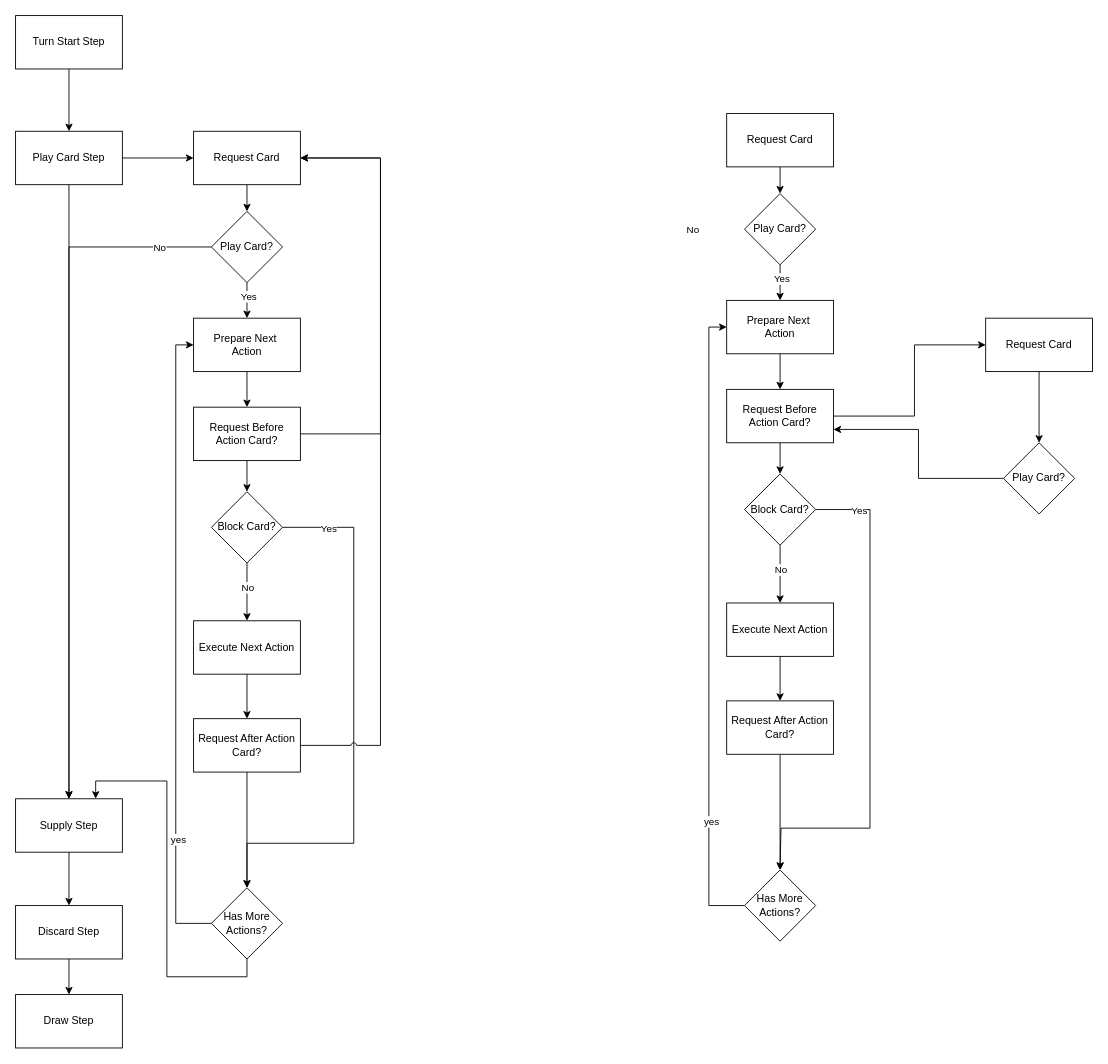
This is gameflow.drawio from Huggles/QG_Godot, a draw.io file, before an edit. Source tidied: cells renumbered, new cells numbered last; positions are measured from the earlier drawing's top-left corner, leaving out a move shared by most shapes. Both pictures are drawn from the tidied source at 89%, with x=0, y=0 at pixel (15, 15).
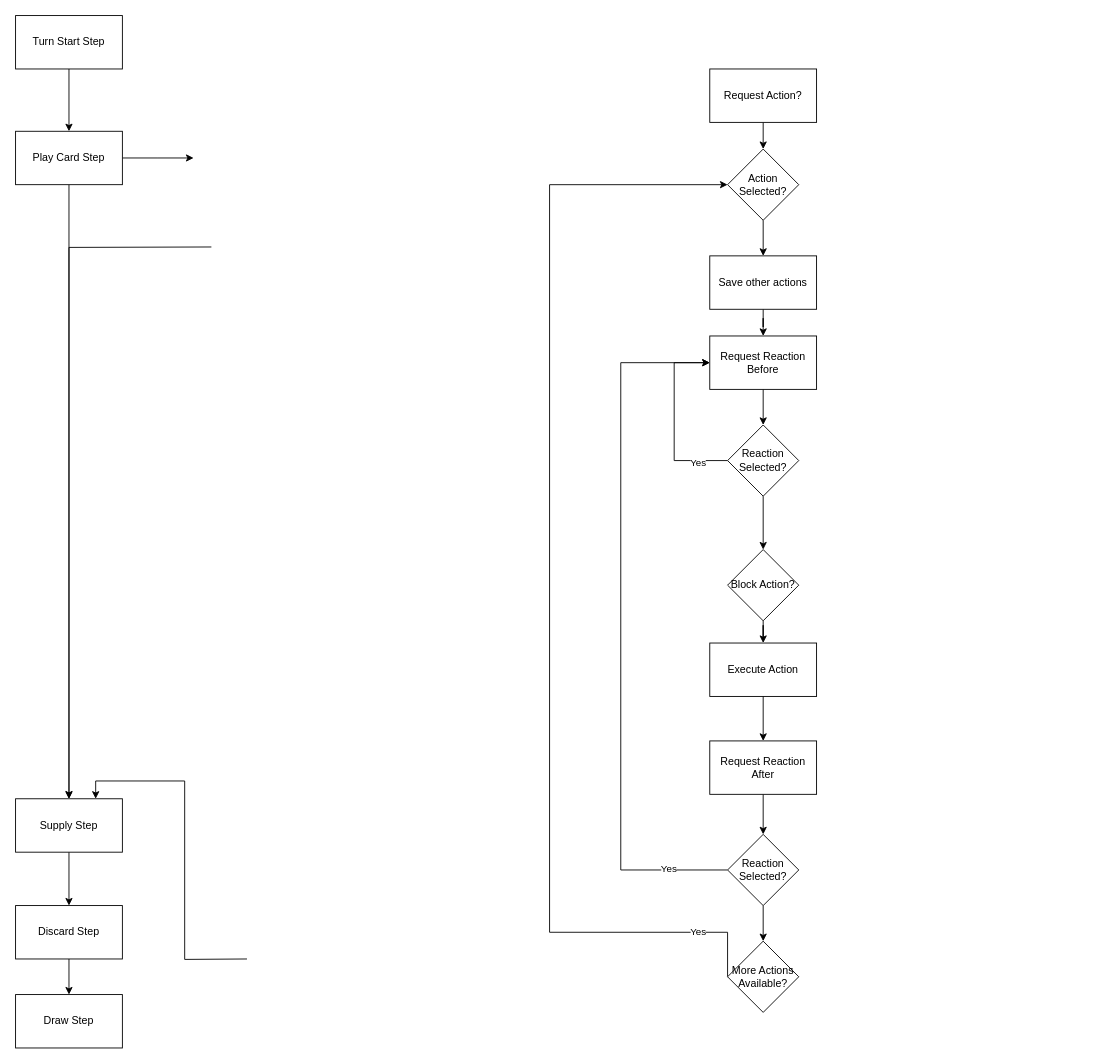
After the change.

Unchanged cells that the change refers to:
```xml
<mxCell id="6" value="Play Card Step" style="rounded=0;whiteSpace=wrap;html=1;" parent="1" vertex="1">
  <mxGeometry y="130" width="120" height="60" as="geometry" />
</mxCell>
<mxCell id="31" value="Supply Step" style="rounded=0;whiteSpace=wrap;html=1;" parent="1" vertex="1">
  <mxGeometry y="880" width="120" height="60" as="geometry" />
</mxCell>
```

The edit, as a diff of the source:
```diff
@@
-    <mxCell id="4" style="edgeStyle=orthogonalEdgeStyle;rounded=0;jettySize=auto;html=1;exitX=1;exitY=0.5;exitDx=0;exitDy=0;" parent="1" edge="1" source="6" target="8">
-      <mxGeometry relative="1" as="geometry" />
+    <mxCell id="4" style="edgeStyle=orthogonalEdgeStyle;rounded=0;jettySize=auto;html=1;exitX=1;exitY=0.5;exitDx=0;exitDy=0;" parent="1" edge="1" source="6">
+      <mxGeometry relative="1" as="geometry">
+        <mxPoint x="200" y="160" as="targetPoint" />
+      </mxGeometry>
     </mxCell>
@@
-    <mxCell id="7" style="edgeStyle=orthogonalEdgeStyle;rounded=0;jettySize=auto;html=1;exitX=0.5;exitY=1;exitDx=0;exitDy=0;entryX=0.5;entryY=0;entryDx=0;entryDy=0;" parent="1" edge="1" source="8" target="27">
-      <mxGeometry relative="1" as="geometry" />
-    </mxCell>
-    <mxCell id="8" value="Request Card" style="rounded=0;whiteSpace=wrap;html=1;" parent="1" vertex="1">
-      <mxGeometry x="200" y="130" width="120" height="60" as="geometry" />
-    </mxCell>
-    <mxCell id="9" style="edgeStyle=orthogonalEdgeStyle;rounded=0;jettySize=auto;html=1;exitX=0.5;exitY=1;exitDx=0;exitDy=0;" parent="1" edge="1" source="10" target="16">
-      <mxGeometry relative="1" as="geometry" />
-    </mxCell>
-    <mxCell id="10" value="Prepare Next&amp;nbsp;&lt;div&gt;Action&lt;/div&gt;" style="rounded=0;whiteSpace=wrap;html=1;" parent="1" vertex="1">
-      <mxGeometry x="200" y="340" width="120" height="60" as="geometry" />
-    </mxCell>
-    <mxCell id="11" style="edgeStyle=orthogonalEdgeStyle;rounded=0;jettySize=auto;html=1;exitX=0;exitY=0.5;exitDx=0;exitDy=0;entryX=0;entryY=0.5;entryDx=0;entryDy=0;" parent="1" edge="1" source="14" target="10">
-      <mxGeometry relative="1" as="geometry" />
-    </mxCell>
-    <mxCell id="12" value="yes" style="edgeLabel;html=1;align=center;verticalAlign=middle;" parent="11" vertex="1">
-      <mxGeometry x="-0.62" y="-2" relative="1" as="geometry" />
-    </mxCell>
-    <mxCell id="13" style="edgeStyle=orthogonalEdgeStyle;rounded=0;jettySize=auto;html=1;exitX=0.5;exitY=1;exitDx=0;exitDy=0;entryX=0.75;entryY=0;entryDx=0;entryDy=0;" parent="1" edge="1" source="14" target="31">
-      <mxGeometry relative="1" as="geometry" />
+    <mxCell id="13" style="edgeStyle=orthogonalEdgeStyle;rounded=0;jettySize=auto;html=1;exitX=0.5;exitY=1;exitDx=0;exitDy=0;entryX=0.75;entryY=0;entryDx=0;entryDy=0;" parent="1" edge="1" target="31">
+      <mxGeometry relative="1" as="geometry">
+        <mxPoint x="260" y="1060" as="sourcePoint" />
+      </mxGeometry>
     </mxCell>
-    <mxCell id="14" value="Has More Actions?" style="rhombus;whiteSpace=wrap;html=1;" parent="1" vertex="1">
-      <mxGeometry x="220" y="980" width="80" height="80" as="geometry" />
-    </mxCell>
-    <mxCell id="15" style="edgeStyle=orthogonalEdgeStyle;rounded=0;jettySize=auto;html=1;exitX=0.5;exitY=1;exitDx=0;exitDy=0;entryX=0.5;entryY=0;entryDx=0;entryDy=0;" parent="1" edge="1" source="16" target="22">
-      <mxGeometry relative="1" as="geometry" />
-    </mxCell>
-    <mxCell id="16" value="Request Before Action Card?" style="rounded=0;whiteSpace=wrap;html=1;" parent="1" vertex="1">
-      <mxGeometry x="200" y="440" width="120" height="60" as="geometry" />
-    </mxCell>
-    <mxCell id="17" style="edgeStyle=orthogonalEdgeStyle;rounded=0;jettySize=auto;html=1;exitX=1;exitY=0.5;exitDx=0;exitDy=0;entryX=1;entryY=0.5;entryDx=0;entryDy=0;" parent="1" edge="1" source="16" target="8">
-      <mxGeometry relative="1" as="geometry">
-        <Array as="points">
-          <mxPoint x="410" y="470" />
-          <mxPoint x="410" y="160" />
-        </Array>
-      </mxGeometry>
-    </mxCell>
-    <mxCell id="18" style="edgeStyle=orthogonalEdgeStyle;rounded=0;jettySize=auto;html=1;exitX=0.5;exitY=1;exitDx=0;exitDy=0;entryX=0.5;entryY=0;entryDx=0;entryDy=0;" parent="1" edge="1" source="22" target="29">
-      <mxGeometry relative="1" as="geometry" />
-    </mxCell>
-    <mxCell id="19" value="No" style="edgeLabel;html=1;align=center;verticalAlign=middle;" parent="18" vertex="1">
-      <mxGeometry x="-0.16" relative="1" as="geometry" />
-    </mxCell>
-    <mxCell id="20" style="edgeStyle=orthogonalEdgeStyle;rounded=0;jettySize=auto;html=1;exitX=1;exitY=0.5;exitDx=0;exitDy=0;jumpStyle=arc;" parent="1" edge="1" source="22" target="14">
-      <mxGeometry relative="1" as="geometry">
-        <Array as="points">
-          <mxPoint x="380" y="575" />
-          <mxPoint x="380" y="930" />
-          <mxPoint x="260" y="930" />
-        </Array>
-      </mxGeometry>
-    </mxCell>
-    <mxCell id="21" value="Yes" style="edgeLabel;html=1;align=center;verticalAlign=middle;" parent="20" vertex="1">
-      <mxGeometry x="-0.83" y="-1" relative="1" as="geometry" />
-    </mxCell>
-    <mxCell id="22" value="Block Card?" style="rhombus;whiteSpace=wrap;html=1;" parent="1" vertex="1">
-      <mxGeometry x="220" y="535" width="80" height="80" as="geometry" />
-    </mxCell>
-    <mxCell id="23" style="edgeStyle=orthogonalEdgeStyle;rounded=0;jettySize=auto;html=1;exitX=0.5;exitY=1;exitDx=0;exitDy=0;entryX=0.5;entryY=0;entryDx=0;entryDy=0;" parent="1" edge="1" source="27" target="10">
-      <mxGeometry relative="1" as="geometry" />
-    </mxCell>
-    <mxCell id="24" value="Yes" style="edgeLabel;html=1;align=center;verticalAlign=middle;" parent="23" vertex="1">
-      <mxGeometry x="-0.27" y="1" relative="1" as="geometry" />
-    </mxCell>
-    <mxCell id="25" style="edgeStyle=orthogonalEdgeStyle;rounded=0;jettySize=auto;html=1;exitX=0;exitY=0.5;exitDx=0;exitDy=0;entryX=0.5;entryY=0;entryDx=0;entryDy=0;" parent="1" edge="1" source="27" target="31">
-      <mxGeometry relative="1" as="geometry" />
+    <mxCell id="25" style="edgeStyle=orthogonalEdgeStyle;rounded=0;jettySize=auto;html=1;exitX=0;exitY=0.5;exitDx=0;exitDy=0;entryX=0.5;entryY=0;entryDx=0;entryDy=0;" parent="1" edge="1" target="31">
+      <mxGeometry relative="1" as="geometry">
+        <mxPoint x="220" y="260" as="sourcePoint" />
+      </mxGeometry>
     </mxCell>
-    <mxCell id="26" value="No" style="edgeLabel;html=1;align=center;verticalAlign=middle;" parent="25" vertex="1">
-      <mxGeometry x="-0.85" relative="1" as="geometry" />
-    </mxCell>
-    <mxCell id="27" value="Play Card?" style="rhombus;whiteSpace=wrap;html=1;" parent="1" vertex="1">
-      <mxGeometry x="220" y="220" width="80" height="80" as="geometry" />
-    </mxCell>
-    <mxCell id="28" style="edgeStyle=orthogonalEdgeStyle;rounded=0;jettySize=auto;html=1;exitX=0.5;exitY=1;exitDx=0;exitDy=0;" parent="1" edge="1" source="29" target="37">
-      <mxGeometry relative="1" as="geometry" />
-    </mxCell>
-    <mxCell id="29" value="Execute Next Action" style="rounded=0;whiteSpace=wrap;html=1;" parent="1" vertex="1">
-      <mxGeometry x="200" y="680" width="120" height="60" as="geometry" />
-    </mxCell>
@@
-    <mxCell id="35" style="edgeStyle=orthogonalEdgeStyle;rounded=0;jettySize=auto;html=1;exitX=0.5;exitY=1;exitDx=0;exitDy=0;entryX=0.5;entryY=0;entryDx=0;entryDy=0;" parent="1" edge="1" source="37" target="14">
-      <mxGeometry relative="1" as="geometry" />
-    </mxCell>
-    <mxCell id="36" style="edgeStyle=orthogonalEdgeStyle;rounded=0;jettySize=auto;html=1;exitX=1;exitY=0.5;exitDx=0;exitDy=0;entryX=1;entryY=0.5;entryDx=0;entryDy=0;jumpStyle=arc;" parent="1" edge="1" source="37" target="8">
-      <mxGeometry relative="1" as="geometry">
-        <Array as="points">
-          <mxPoint x="410" y="820" />
-          <mxPoint x="410" y="160" />
-        </Array>
-      </mxGeometry>
-    </mxCell>
-    <mxCell id="37" value="Request After Action Card?" style="rounded=0;whiteSpace=wrap;html=1;" parent="1" vertex="1">
-      <mxGeometry x="200" y="790" width="120" height="60" as="geometry" />
-    </mxCell>
-    <mxCell id="38" style="edgeStyle=orthogonalEdgeStyle;rounded=0;jettySize=auto;html=1;exitX=0.5;exitY=1;exitDx=0;exitDy=0;entryX=0.5;entryY=0;entryDx=0;entryDy=0;" parent="1" edge="1" source="39" target="54">
-      <mxGeometry relative="1" as="geometry" />
-    </mxCell>
-    <mxCell id="39" value="Request Card" style="rounded=0;whiteSpace=wrap;html=1;" parent="1" vertex="1">
-      <mxGeometry x="799" y="110" width="120" height="60" as="geometry" />
-    </mxCell>
-    <mxCell id="40" style="edgeStyle=orthogonalEdgeStyle;rounded=0;jettySize=auto;html=1;exitX=0.5;exitY=1;exitDx=0;exitDy=0;" parent="1" edge="1" source="41" target="47">
-      <mxGeometry relative="1" as="geometry" />
-    </mxCell>
-    <mxCell id="41" value="Prepare Next&amp;nbsp;&lt;div&gt;Action&lt;/div&gt;" style="rounded=0;whiteSpace=wrap;html=1;" parent="1" vertex="1">
-      <mxGeometry x="799" y="320" width="120" height="60" as="geometry" />
-    </mxCell>
-    <mxCell id="42" style="edgeStyle=orthogonalEdgeStyle;rounded=0;jettySize=auto;html=1;exitX=0;exitY=0.5;exitDx=0;exitDy=0;entryX=0;entryY=0.5;entryDx=0;entryDy=0;" parent="1" edge="1" source="44" target="41">
-      <mxGeometry relative="1" as="geometry" />
-    </mxCell>
-    <mxCell id="43" value="yes" style="edgeLabel;html=1;align=center;verticalAlign=middle;" parent="42" vertex="1">
-      <mxGeometry x="-0.62" y="-2" relative="1" as="geometry" />
-    </mxCell>
-    <mxCell id="44" value="Has More Actions?" style="rhombus;whiteSpace=wrap;html=1;" parent="1" vertex="1">
-      <mxGeometry x="819" y="960" width="80" height="80" as="geometry" />
-    </mxCell>
-    <mxCell id="45" style="edgeStyle=orthogonalEdgeStyle;rounded=0;jettySize=auto;html=1;exitX=0.5;exitY=1;exitDx=0;exitDy=0;entryX=0.5;entryY=0;entryDx=0;entryDy=0;" parent="1" edge="1" source="47" target="50">
-      <mxGeometry relative="1" as="geometry" />
-    </mxCell>
-    <mxCell id="46" style="edgeStyle=orthogonalEdgeStyle;rounded=0;jettySize=auto;html=1;exitX=1;exitY=0.5;exitDx=0;exitDy=0;entryX=0;entryY=0.5;entryDx=0;entryDy=0;" parent="1" edge="1" source="47" target="60">
-      <mxGeometry relative="1" as="geometry">
-        <Array as="points">
-          <mxPoint x="1010" y="450" />
-          <mxPoint x="1010" y="370" />
-        </Array>
-      </mxGeometry>
-    </mxCell>
-    <mxCell id="47" value="Request Before Action Card?" style="rounded=0;whiteSpace=wrap;html=1;" parent="1" vertex="1">
-      <mxGeometry x="799" y="420" width="120" height="60" as="geometry" />
-    </mxCell>
-    <mxCell id="48" style="edgeStyle=orthogonalEdgeStyle;rounded=0;jettySize=auto;html=1;exitX=0.5;exitY=1;exitDx=0;exitDy=0;entryX=0.5;entryY=0;entryDx=0;entryDy=0;" parent="1" edge="1" source="50" target="56">
-      <mxGeometry relative="1" as="geometry" />
-    </mxCell>
-    <mxCell id="49" value="No" style="edgeLabel;html=1;align=center;verticalAlign=middle;" parent="48" vertex="1">
-      <mxGeometry x="-0.16" relative="1" as="geometry" />
-    </mxCell>
-    <mxCell id="50" value="Block Card?" style="rhombus;whiteSpace=wrap;html=1;" parent="1" vertex="1">
-      <mxGeometry x="819" y="515" width="80" height="80" as="geometry" />
-    </mxCell>
-    <mxCell id="51" style="edgeStyle=orthogonalEdgeStyle;rounded=0;jettySize=auto;html=1;exitX=0.5;exitY=1;exitDx=0;exitDy=0;entryX=0.5;entryY=0;entryDx=0;entryDy=0;" parent="1" edge="1" source="54" target="41">
-      <mxGeometry relative="1" as="geometry" />
-    </mxCell>
-    <mxCell id="52" value="Yes" style="edgeLabel;html=1;align=center;verticalAlign=middle;" parent="51" vertex="1">
-      <mxGeometry x="-0.27" y="1" relative="1" as="geometry" />
-    </mxCell>
-    <mxCell id="53" value="No" style="edgeLabel;html=1;align=center;verticalAlign=middle;" parent="1" vertex="1">
-      <mxGeometry x="760" y="240" as="geometry" />
-    </mxCell>
-    <mxCell id="54" value="Play Card?" style="rhombus;whiteSpace=wrap;html=1;" parent="1" vertex="1">
-      <mxGeometry x="819" y="200" width="80" height="80" as="geometry" />
-    </mxCell>
-    <mxCell id="55" style="edgeStyle=orthogonalEdgeStyle;rounded=0;jettySize=auto;html=1;exitX=0.5;exitY=1;exitDx=0;exitDy=0;" parent="1" edge="1" source="56" target="58">
-      <mxGeometry relative="1" as="geometry" />
-    </mxCell>
-    <mxCell id="56" value="Execute Next Action" style="rounded=0;whiteSpace=wrap;html=1;" parent="1" vertex="1">
-      <mxGeometry x="799" y="660" width="120" height="60" as="geometry" />
-    </mxCell>
-    <mxCell id="57" style="edgeStyle=orthogonalEdgeStyle;rounded=0;jettySize=auto;html=1;exitX=0.5;exitY=1;exitDx=0;exitDy=0;entryX=0.5;entryY=0;entryDx=0;entryDy=0;" parent="1" edge="1" source="58" target="44">
-      <mxGeometry relative="1" as="geometry" />
-    </mxCell>
-    <mxCell id="58" value="Request After Action Card?" style="rounded=0;whiteSpace=wrap;html=1;" parent="1" vertex="1">
-      <mxGeometry x="799" y="770" width="120" height="60" as="geometry" />
-    </mxCell>
-    <mxCell id="59" style="edgeStyle=orthogonalEdgeStyle;rounded=0;jettySize=auto;html=1;exitX=0.5;exitY=1;exitDx=0;exitDy=0;entryX=0.5;entryY=0;entryDx=0;entryDy=0;" parent="1" edge="1" source="60" target="62">
-      <mxGeometry relative="1" as="geometry" />
-    </mxCell>
-    <mxCell id="60" value="Request Card" style="rounded=0;whiteSpace=wrap;html=1;" parent="1" vertex="1">
-      <mxGeometry x="1090" y="340" width="120" height="60" as="geometry" />
-    </mxCell>
-    <mxCell id="61" style="edgeStyle=orthogonalEdgeStyle;rounded=0;jettySize=auto;html=1;exitX=0;exitY=0.5;exitDx=0;exitDy=0;entryX=1;entryY=0.75;entryDx=0;entryDy=0;" parent="1" edge="1" source="62" target="47">
-      <mxGeometry relative="1" as="geometry" />
-    </mxCell>
-    <mxCell id="62" value="Play Card?" style="rhombus;whiteSpace=wrap;html=1;" parent="1" vertex="1">
-      <mxGeometry x="1110" y="480" width="80" height="80" as="geometry" />
-    </mxCell>
-    <mxCell id="63" style="edgeStyle=orthogonalEdgeStyle;rounded=0;jettySize=auto;html=1;exitX=1;exitY=0.5;exitDx=0;exitDy=0;jumpStyle=arc;entryX=0.5;entryY=0;entryDx=0;entryDy=0;" parent="1" edge="1" source="50" target="44">
-      <mxGeometry relative="1" as="geometry">
-        <Array as="points">
-          <mxPoint x="960" y="555" />
-          <mxPoint x="960" y="913" />
-          <mxPoint x="860" y="913" />
-          <mxPoint x="860" y="960" />
-        </Array>
-      </mxGeometry>
-    </mxCell>
-    <mxCell id="64" value="Yes" style="edgeLabel;html=1;align=center;verticalAlign=middle;" parent="63" vertex="1">
-      <mxGeometry x="-0.83" y="-1" relative="1" as="geometry" />
-    </mxCell>
+    <mxCell id="65" value="Execute Action" style="rounded=0;whiteSpace=wrap;html=1;" parent="1" vertex="1">
+      <mxGeometry x="780" y="705" width="120" height="60" as="geometry" />
+    </mxCell>
+    <mxCell id="66" style="edgeStyle=orthogonalEdgeStyle;rounded=0;jettySize=auto;html=1;exitX=0.5;exitY=1;exitDx=0;exitDy=0;entryX=0.5;entryY=0;entryDx=0;entryDy=0;" parent="1" edge="1" source="67" target="70">
+      <mxGeometry relative="1" as="geometry" />
+    </mxCell>
+    <mxCell id="67" value="Request Action?" style="rounded=0;whiteSpace=wrap;html=1;" parent="1" vertex="1">
+      <mxGeometry x="780" y="60" width="120" height="60" as="geometry" />
+    </mxCell>
+    <mxCell id="68" style="edgeStyle=orthogonalEdgeStyle;rounded=0;jettySize=auto;html=1;" parent="1" edge="1" source="89" target="75">
+      <mxGeometry relative="1" as="geometry" />
+    </mxCell>
+    <mxCell id="69" style="edgeStyle=orthogonalEdgeStyle;rounded=0;jettySize=auto;html=1;exitX=0.5;exitY=1;exitDx=0;exitDy=0;entryX=0.5;entryY=0;entryDx=0;entryDy=0;" parent="1" edge="1" source="70" target="89">
+      <mxGeometry relative="1" as="geometry" />
+    </mxCell>
+    <mxCell id="70" value="Action Selected?" style="rhombus;whiteSpace=wrap;html=1;" parent="1" vertex="1">
+      <mxGeometry x="800" y="150" width="80" height="80" as="geometry" />
+    </mxCell>
+    <mxCell id="71" style="edgeStyle=orthogonalEdgeStyle;rounded=0;jettySize=auto;html=1;exitX=0.5;exitY=1;exitDx=0;exitDy=0;" parent="1" edge="1" source="72" target="65">
+      <mxGeometry relative="1" as="geometry" />
+    </mxCell>
+    <mxCell id="72" value="Block Action?" style="rhombus;whiteSpace=wrap;html=1;" parent="1" vertex="1">
+      <mxGeometry x="800" y="600" width="80" height="80" as="geometry" />
+    </mxCell>
+    <mxCell id="73" style="edgeStyle=orthogonalEdgeStyle;rounded=0;jettySize=auto;html=1;exitX=0.5;exitY=1;exitDx=0;exitDy=0;" parent="1" edge="1" source="65" target="77">
+      <mxGeometry relative="1" as="geometry" />
+    </mxCell>
+    <mxCell id="74" style="edgeStyle=orthogonalEdgeStyle;rounded=0;jettySize=auto;html=1;exitX=0.5;exitY=1;exitDx=0;exitDy=0;" parent="1" edge="1" source="75" target="81">
+      <mxGeometry relative="1" as="geometry" />
+    </mxCell>
+    <mxCell id="75" value="Request Reaction Before" style="rounded=0;whiteSpace=wrap;html=1;" parent="1" vertex="1">
+      <mxGeometry x="780" y="360" width="120" height="60" as="geometry" />
+    </mxCell>
+    <mxCell id="76" style="edgeStyle=orthogonalEdgeStyle;rounded=0;jettySize=auto;html=1;exitX=0.5;exitY=1;exitDx=0;exitDy=0;" parent="1" edge="1" source="77" target="85">
+      <mxGeometry relative="1" as="geometry" />
+    </mxCell>
+    <mxCell id="77" value="Request Reaction After" style="rounded=0;whiteSpace=wrap;html=1;" parent="1" vertex="1">
+      <mxGeometry x="780" y="815" width="120" height="60" as="geometry" />
+    </mxCell>
+    <mxCell id="78" style="edgeStyle=orthogonalEdgeStyle;rounded=0;jettySize=auto;html=1;exitX=0;exitY=0.5;exitDx=0;exitDy=0;entryX=0;entryY=0.5;entryDx=0;entryDy=0;" parent="1" edge="1" source="81" target="75">
+      <mxGeometry relative="1" as="geometry">
+        <Array as="points">
+          <mxPoint x="740" y="500" />
+          <mxPoint x="740" y="390" />
+        </Array>
+      </mxGeometry>
+    </mxCell>
+    <mxCell id="79" value="Yes" style="edgeLabel;html=1;align=center;verticalAlign=middle;" parent="78" vertex="1">
+      <mxGeometry x="-0.68" y="2" relative="1" as="geometry" />
+    </mxCell>
+    <mxCell id="80" style="edgeStyle=orthogonalEdgeStyle;rounded=0;jettySize=auto;html=1;exitX=0.5;exitY=1;exitDx=0;exitDy=0;" parent="1" edge="1" source="81" target="72">
+      <mxGeometry relative="1" as="geometry" />
+    </mxCell>
+    <mxCell id="81" value="Reaction Selected?" style="rhombus;whiteSpace=wrap;html=1;" parent="1" vertex="1">
+      <mxGeometry x="800" y="460" width="80" height="80" as="geometry" />
+    </mxCell>
+    <mxCell id="82" style="edgeStyle=orthogonalEdgeStyle;rounded=0;jettySize=auto;html=1;exitX=0;exitY=0.5;exitDx=0;exitDy=0;entryX=0;entryY=0.5;entryDx=0;entryDy=0;" parent="1" edge="1" source="85" target="75">
+      <mxGeometry relative="1" as="geometry">
+        <Array as="points">
+          <mxPoint x="680" y="960" />
+          <mxPoint x="680" y="390" />
+        </Array>
+      </mxGeometry>
+    </mxCell>
+    <mxCell id="83" value="Yes" style="edgeLabel;html=1;align=center;verticalAlign=middle;" parent="82" vertex="1">
+      <mxGeometry x="-0.83" y="-2" relative="1" as="geometry" />
+    </mxCell>
+    <mxCell id="84" style="edgeStyle=orthogonalEdgeStyle;rounded=0;jettySize=auto;html=1;exitX=0.5;exitY=1;exitDx=0;exitDy=0;entryX=0.5;entryY=0;entryDx=0;entryDy=0;" parent="1" edge="1" source="85" target="88">
+      <mxGeometry relative="1" as="geometry" />
+    </mxCell>
+    <mxCell id="85" value="Reaction Selected?" style="rhombus;whiteSpace=wrap;html=1;" parent="1" vertex="1">
+      <mxGeometry x="800" y="920" width="80" height="80" as="geometry" />
+    </mxCell>
+    <mxCell id="86" style="edgeStyle=orthogonalEdgeStyle;rounded=0;jettySize=auto;html=1;exitX=0;exitY=0.5;exitDx=0;exitDy=0;entryX=0;entryY=0.5;entryDx=0;entryDy=0;" parent="1" edge="1" source="88" target="70">
+      <mxGeometry relative="1" as="geometry">
+        <Array as="points">
+          <mxPoint x="800" y="1030" />
+          <mxPoint x="600" y="1030" />
+          <mxPoint x="600" y="190" />
+        </Array>
+      </mxGeometry>
+    </mxCell>
+    <mxCell id="87" value="Yes" style="edgeLabel;html=1;align=center;verticalAlign=middle;" parent="86" vertex="1">
+      <mxGeometry x="-0.87" y="-1" relative="1" as="geometry" />
+    </mxCell>
+    <mxCell id="88" value="More Actions Available?" style="rhombus;whiteSpace=wrap;html=1;" parent="1" vertex="1">
+      <mxGeometry x="800" y="1040" width="80" height="80" as="geometry" />
+    </mxCell>
+    <mxCell id="89" value="Save other actions" style="rounded=0;whiteSpace=wrap;html=1;" parent="1" vertex="1">
+      <mxGeometry x="780" y="270" width="120" height="60" as="geometry" />
+    </mxCell>
```
